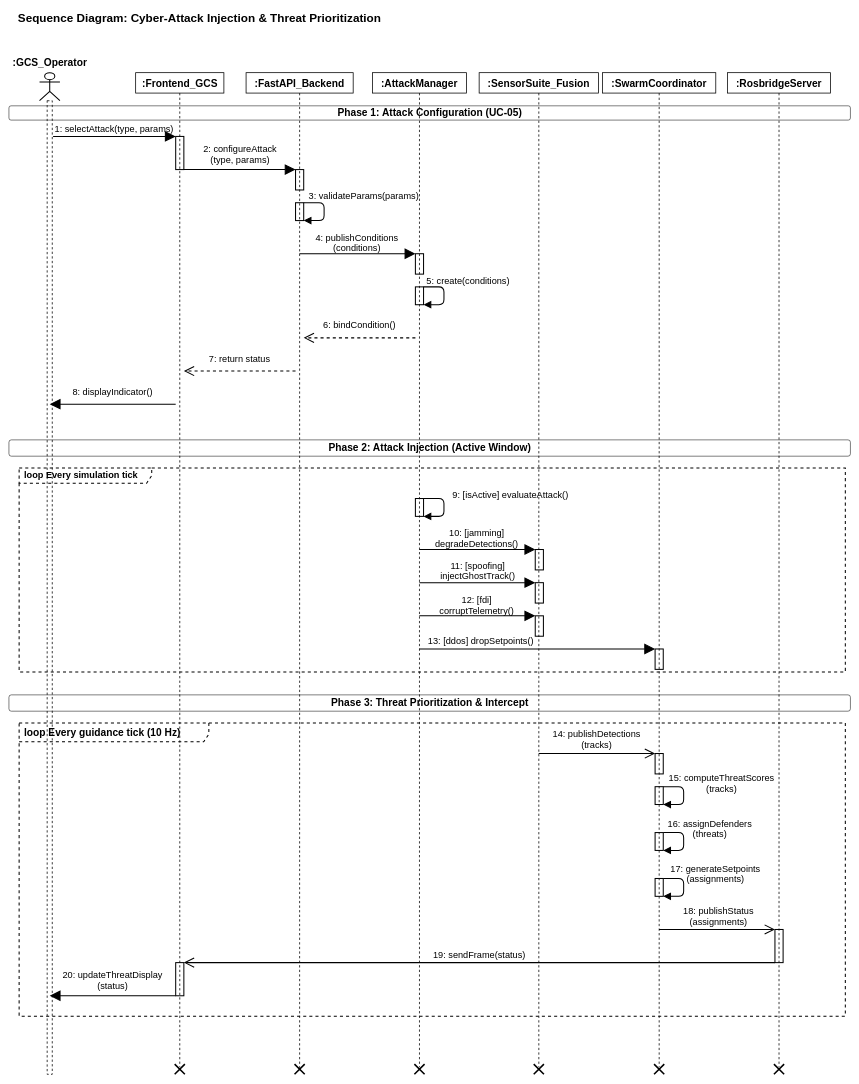
Above: 17_sequence_cyberattack_threat.drawio in syedmohammad611/diagrams (draw.io), before the change. Source tidied: cells renumbered, new cells numbered last; positions are measured from the earlier drawing's top-left corner, leaving out a move shared by most shapes. Both pictures are drawn from the tidied source at 51%, with x=0, y=0 at pixel (9, 9).
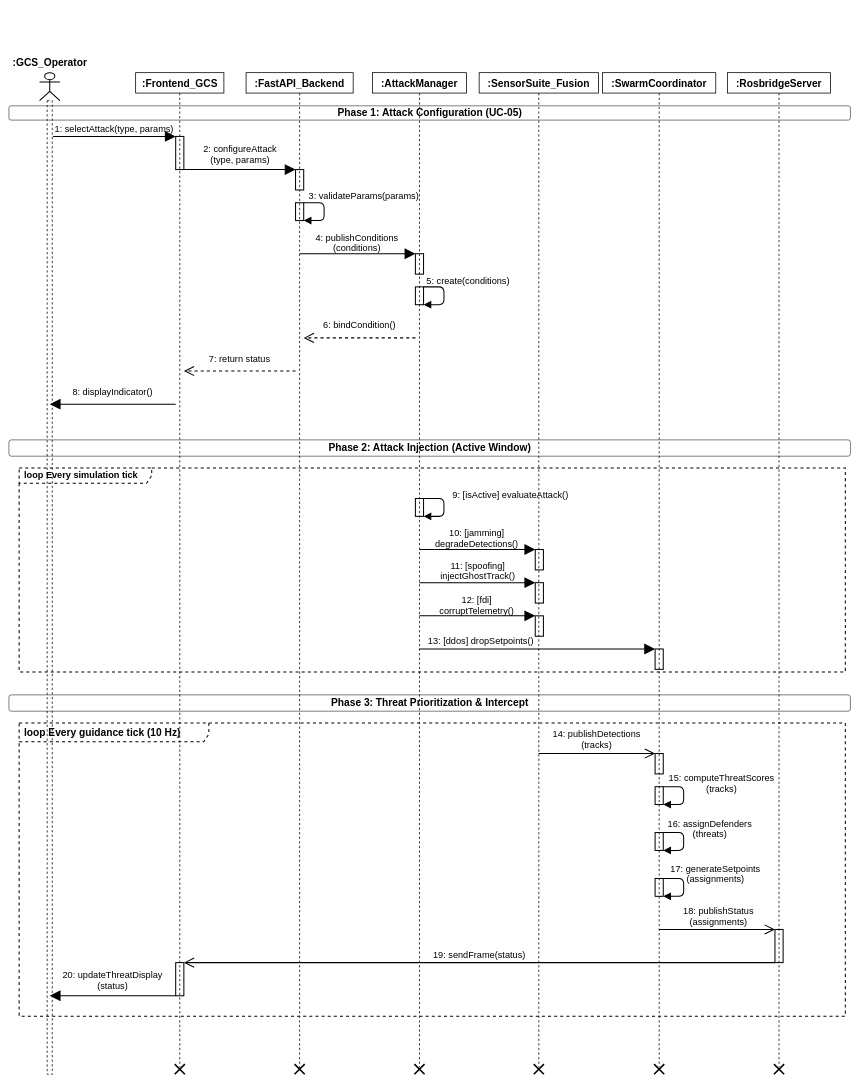
After the change.

Commit message (it also covers changes not shown here):
refactor: update sequence diagram layouts

The edit, as a diff of the source:
```diff
@@
-    <mxCell id="2" value="&lt;b&gt;&lt;font style=&quot;font-size: 23px;&quot;&gt;Sequence Diagram: Cyber-Attack Injection &amp;amp; Threat Prioritization&lt;/font&gt;&lt;/b&gt;" style="text;html=1;strokeColor=none;fillColor=none;align=left;verticalAlign=middle;fontFamily=Helvetica;fontColor=#000000;fontSize=18;fontStyle=1;" parent="1" vertex="1">
-      <mxGeometry x="16" width="1100" height="35" as="geometry" />
-    </mxCell>
```
